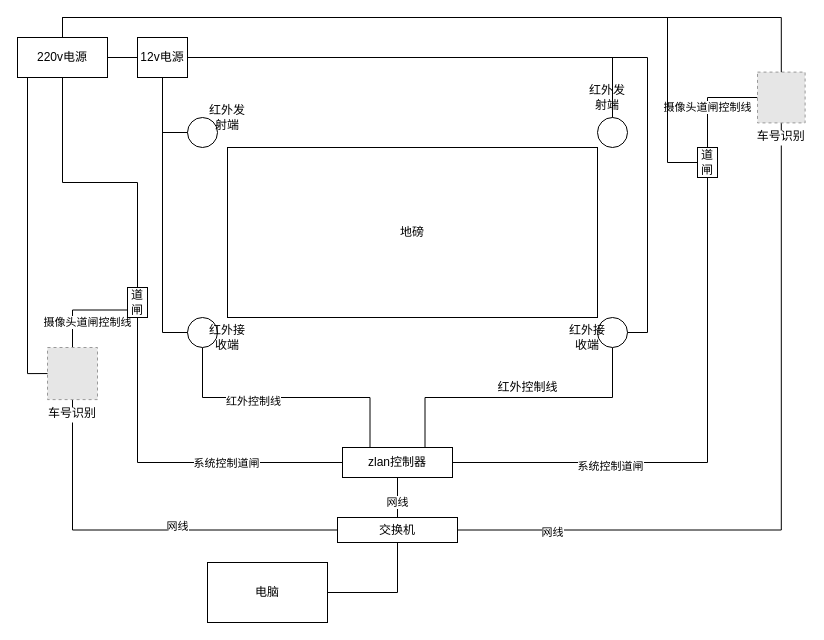
The draw.io diagram 硬件施工图.drawio in lipeng260/drawio, before the edit. Source tidied: cells renumbered, new cells numbered last; positions are measured from the earlier drawing's top-left corner, leaving out a move shared by most shapes. Both pictures are drawn from the tidied source at 100%, with x=0, y=0 at pixel (17, 17). Pictures stored in the file or linked from it are replaced by grey dashed boxes.
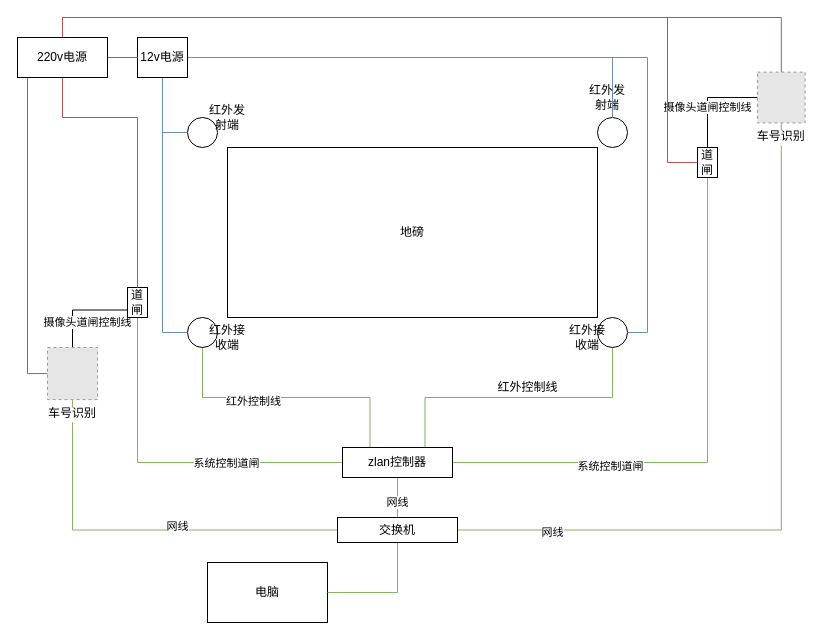
Above is the later version.

Commit message (it also covers changes not shown here):
Update 硬件施工图.drawio

Unchanged cells that the change refers to:
```xml
<mxCell id="5" style="ellipse;whiteSpace=wrap;html=1;" parent="1" vertex="1">
  <mxGeometry x="170" y="300" width="30" height="30" as="geometry" />
</mxCell>
<mxCell id="6" style="ellipse;whiteSpace=wrap;html=1;" parent="1" vertex="1">
  <mxGeometry x="170" y="100" width="30" height="30" as="geometry" />
</mxCell>
<mxCell id="8" style="ellipse;whiteSpace=wrap;html=1;" parent="1" vertex="1">
  <mxGeometry x="580" y="300" width="30" height="30" as="geometry" />
</mxCell>
<mxCell id="9" style="ellipse;whiteSpace=wrap;html=1;" parent="1" vertex="1">
  <mxGeometry x="580" y="100" width="30" height="30" as="geometry" />
</mxCell>
<mxCell id="17" value="车号识别" style="fillColor=#E6E6E6;strokeColor=#999999;dashed=1;verticalLabelPosition=bottom;labelBackgroundColor=#ffffff;verticalAlign=top;rotation=0;" parent="1" vertex="1">
  <mxGeometry x="740" y="54.6" width="47.6" height="50.8" as="geometry" />
</mxCell>
<mxCell id="22" value="车号识别" style="fillColor=#E6E6E6;strokeColor=#999999;dashed=1;verticalLabelPosition=bottom;labelBackgroundColor=#ffffff;verticalAlign=top;" parent="1" vertex="1">
  <mxGeometry x="30" y="330" width="50" height="52.1" as="geometry" />
</mxCell>
<mxCell id="25" value="道闸" style="rounded=0;whiteSpace=wrap;html=1;" parent="1" vertex="1">
  <mxGeometry x="110" y="270" width="20" height="30" as="geometry" />
</mxCell>
<mxCell id="28" value="道闸" style="rounded=0;whiteSpace=wrap;html=1;" parent="1" vertex="1">
  <mxGeometry x="680" y="130" width="20" height="30" as="geometry" />
</mxCell>
<mxCell id="29" value="电脑" style="rounded=0;whiteSpace=wrap;html=1;" parent="1" vertex="1">
  <mxGeometry x="190" y="545" width="120" height="60" as="geometry" />
</mxCell>
<mxCell id="33" value="交换机" style="rounded=0;whiteSpace=wrap;html=1;" parent="1" vertex="1">
  <mxGeometry x="320" y="500" width="120" height="25" as="geometry" />
</mxCell>
<mxCell id="34" value="zlan控制器" style="rounded=0;whiteSpace=wrap;html=1;" parent="1" vertex="1">
  <mxGeometry x="325" y="430" width="110" height="30" as="geometry" />
</mxCell>
<mxCell id="40" value="12v电源" style="rounded=0;whiteSpace=wrap;html=1;" parent="1" vertex="1">
  <mxGeometry x="120" y="20" width="50" height="40" as="geometry" />
</mxCell>
<mxCell id="46" value="220v电源" style="rounded=0;whiteSpace=wrap;html=1;" parent="1" vertex="1">
  <mxGeometry y="20" width="90" height="40" as="geometry" />
</mxCell>
```

Change to the diagram source:
```diff
@@
-    <mxCell id="3" style="edgeStyle=orthogonalEdgeStyle;rounded=0;jettySize=auto;html=1;exitX=0.5;exitY=1;exitDx=0;exitDy=0;entryX=0.25;entryY=0;entryDx=0;entryDy=0;endArrow=none;endFill=0;" parent="1" edge="1" source="5" target="34">
+    <mxCell id="3" style="edgeStyle=orthogonalEdgeStyle;rounded=0;jettySize=auto;html=1;exitX=0.5;exitY=1;exitDx=0;exitDy=0;entryX=0.25;entryY=0;entryDx=0;entryDy=0;endArrow=none;endFill=0;fillColor=#d5e8d4;strokeColor=#82b366;" parent="1" edge="1" source="5" target="34">
       <mxGeometry relative="1" as="geometry" />
     </mxCell>
@@
-    <mxCell id="7" style="edgeStyle=orthogonalEdgeStyle;rounded=0;jettySize=auto;html=1;exitX=0.5;exitY=1;exitDx=0;exitDy=0;entryX=0.75;entryY=0;entryDx=0;entryDy=0;endArrow=none;endFill=0;" parent="1" edge="1" source="8" target="34">
+    <mxCell id="7" style="edgeStyle=orthogonalEdgeStyle;rounded=0;jettySize=auto;html=1;exitX=0.5;exitY=1;exitDx=0;exitDy=0;entryX=0.75;entryY=0;entryDx=0;entryDy=0;endArrow=none;endFill=0;fillColor=#d5e8d4;strokeColor=#82b366;" parent="1" edge="1" source="8" target="34">
       <mxGeometry relative="1" as="geometry" />
     </mxCell>
@@
-    <mxCell id="14" style="edgeStyle=orthogonalEdgeStyle;rounded=0;jettySize=auto;html=1;exitX=0.5;exitY=1;exitDx=0;exitDy=0;entryX=1;entryY=0.5;entryDx=0;entryDy=0;endArrow=none;endFill=0;strokeColor=#000000;" parent="1" edge="1" source="17" target="33">
+    <mxCell id="14" style="edgeStyle=orthogonalEdgeStyle;rounded=0;jettySize=auto;html=1;exitX=0.5;exitY=1;exitDx=0;exitDy=0;entryX=1;entryY=0.5;entryDx=0;entryDy=0;endArrow=none;endFill=0;strokeColor=#82b366;fillColor=#d5e8d4;" parent="1" edge="1" source="17" target="33">
       <mxGeometry relative="1" as="geometry" />
     </mxCell>
@@
-    <mxCell id="18" style="edgeStyle=orthogonalEdgeStyle;rounded=0;jettySize=auto;html=1;exitX=0.5;exitY=1;exitDx=0;exitDy=0;entryX=0;entryY=0.5;entryDx=0;entryDy=0;endArrow=none;endFill=0;strokeColor=#000000;" parent="1" edge="1" source="22" target="33">
+    <mxCell id="18" style="edgeStyle=orthogonalEdgeStyle;rounded=0;jettySize=auto;html=1;exitX=0.5;exitY=1;exitDx=0;exitDy=0;entryX=0;entryY=0.5;entryDx=0;entryDy=0;endArrow=none;endFill=0;strokeColor=#82b366;fillColor=#d5e8d4;" parent="1" edge="1" source="22" target="33">
       <mxGeometry relative="1" as="geometry" />
     </mxCell>
@@
-    <mxCell id="23" style="edgeStyle=orthogonalEdgeStyle;rounded=0;jettySize=auto;html=1;exitX=0.5;exitY=1;exitDx=0;exitDy=0;entryX=0;entryY=0.5;entryDx=0;entryDy=0;endArrow=none;endFill=0;" parent="1" edge="1" source="25" target="34">
+    <mxCell id="23" style="edgeStyle=orthogonalEdgeStyle;rounded=0;jettySize=auto;html=1;exitX=0.5;exitY=1;exitDx=0;exitDy=0;entryX=0;entryY=0.5;entryDx=0;entryDy=0;endArrow=none;endFill=0;fillColor=#d5e8d4;strokeColor=#82b366;" parent="1" edge="1" source="25" target="34">
       <mxGeometry relative="1" as="geometry" />
     </mxCell>
@@
-    <mxCell id="26" style="edgeStyle=orthogonalEdgeStyle;rounded=0;jettySize=auto;html=1;exitX=0.5;exitY=1;exitDx=0;exitDy=0;entryX=1;entryY=0.5;entryDx=0;entryDy=0;endArrow=none;endFill=0;" parent="1" edge="1" source="28" target="34">
+    <mxCell id="26" style="edgeStyle=orthogonalEdgeStyle;rounded=0;jettySize=auto;html=1;exitX=0.5;exitY=1;exitDx=0;exitDy=0;entryX=1;entryY=0.5;entryDx=0;entryDy=0;endArrow=none;endFill=0;fillColor=#d5e8d4;strokeColor=#82b366;" parent="1" edge="1" source="28" target="34">
       <mxGeometry relative="1" as="geometry" />
     </mxCell>
@@
-    <mxCell id="30" style="rounded=0;jettySize=auto;html=1;entryX=0.5;entryY=1;entryDx=0;entryDy=0;edgeStyle=orthogonalEdgeStyle;endArrow=none;endFill=0;" parent="1" edge="1" source="33" target="34">
+    <mxCell id="30" style="rounded=0;jettySize=auto;html=1;entryX=0.5;entryY=1;entryDx=0;entryDy=0;edgeStyle=orthogonalEdgeStyle;endArrow=none;endFill=0;fillColor=#d5e8d4;strokeColor=#82b366;" parent="1" edge="1" source="33" target="34">
       <mxGeometry relative="1" as="geometry" />
     </mxCell>
@@
-    <mxCell id="32" style="edgeStyle=orthogonalEdgeStyle;rounded=0;jettySize=auto;html=1;exitX=0.5;exitY=1;exitDx=0;exitDy=0;entryX=1;entryY=0.5;entryDx=0;entryDy=0;endArrow=none;endFill=0;strokeColor=#000000;" parent="1" edge="1" source="33" target="29">
+    <mxCell id="32" style="edgeStyle=orthogonalEdgeStyle;rounded=0;jettySize=auto;html=1;exitX=0.5;exitY=1;exitDx=0;exitDy=0;entryX=1;entryY=0.5;entryDx=0;entryDy=0;endArrow=none;endFill=0;strokeColor=#82b366;fillColor=#d5e8d4;" parent="1" edge="1" source="33" target="29">
       <mxGeometry relative="1" as="geometry" />
     </mxCell>
@@
-    <mxCell id="36" style="edgeStyle=orthogonalEdgeStyle;rounded=0;jettySize=auto;html=1;exitX=0.5;exitY=1;exitDx=0;exitDy=0;entryX=0;entryY=0.5;entryDx=0;entryDy=0;endArrow=none;endFill=0;strokeColor=#000000;" parent="1" edge="1" source="40" target="6">
+    <mxCell id="36" style="edgeStyle=orthogonalEdgeStyle;rounded=0;jettySize=auto;html=1;exitX=0.5;exitY=1;exitDx=0;exitDy=0;entryX=0;entryY=0.5;entryDx=0;entryDy=0;endArrow=none;endFill=0;strokeColor=#6c8ebf;fillColor=#dae8fc;" parent="1" edge="1" source="40" target="6">
       <mxGeometry relative="1" as="geometry" />
     </mxCell>
-    <mxCell id="37" style="edgeStyle=orthogonalEdgeStyle;rounded=0;jettySize=auto;html=1;exitX=0.5;exitY=1;exitDx=0;exitDy=0;entryX=0;entryY=0.5;entryDx=0;entryDy=0;endArrow=none;endFill=0;strokeColor=#000000;" parent="1" edge="1" source="40" target="5">
+    <mxCell id="37" style="edgeStyle=orthogonalEdgeStyle;rounded=0;jettySize=auto;html=1;exitX=0.5;exitY=1;exitDx=0;exitDy=0;entryX=0;entryY=0.5;entryDx=0;entryDy=0;endArrow=none;endFill=0;strokeColor=#6c8ebf;fillColor=#dae8fc;" parent="1" edge="1" source="40" target="5">
       <mxGeometry relative="1" as="geometry" />
     </mxCell>
-    <mxCell id="38" style="edgeStyle=orthogonalEdgeStyle;rounded=0;jettySize=auto;html=1;exitX=1;exitY=0.5;exitDx=0;exitDy=0;entryX=0.5;entryY=0;entryDx=0;entryDy=0;endArrow=none;endFill=0;strokeColor=#000000;" parent="1" edge="1" source="40" target="9">
+    <mxCell id="38" style="edgeStyle=orthogonalEdgeStyle;rounded=0;jettySize=auto;html=1;exitX=1;exitY=0.5;exitDx=0;exitDy=0;entryX=0.5;entryY=0;entryDx=0;entryDy=0;endArrow=none;endFill=0;strokeColor=#6c8ebf;fillColor=#dae8fc;" parent="1" edge="1" source="40" target="9">
       <mxGeometry relative="1" as="geometry" />
     </mxCell>
-    <mxCell id="39" style="edgeStyle=orthogonalEdgeStyle;rounded=0;jettySize=auto;html=1;exitX=1;exitY=0.5;exitDx=0;exitDy=0;entryX=1;entryY=0.5;entryDx=0;entryDy=0;endArrow=none;endFill=0;strokeColor=#000000;" parent="1" edge="1" source="40" target="8">
+    <mxCell id="39" style="edgeStyle=orthogonalEdgeStyle;rounded=0;jettySize=auto;html=1;exitX=1;exitY=0.5;exitDx=0;exitDy=0;entryX=1;entryY=0.5;entryDx=0;entryDy=0;endArrow=none;endFill=0;strokeColor=#6c8ebf;fillColor=#dae8fc;" parent="1" edge="1" source="40" target="8">
       <mxGeometry relative="1" as="geometry">
         <Array as="points">
           <mxPoint x="630" y="40" />
           <mxPoint x="630" y="315" />
         </Array>
       </mxGeometry>
     </mxCell>
@@
-    <mxCell id="41" style="edgeStyle=orthogonalEdgeStyle;rounded=0;jettySize=auto;html=1;exitX=1;exitY=0.5;exitDx=0;exitDy=0;entryX=0;entryY=0.5;entryDx=0;entryDy=0;endArrow=none;endFill=0;strokeColor=#000000;" parent="1" edge="1" source="46" target="40">
+    <mxCell id="41" style="edgeStyle=orthogonalEdgeStyle;rounded=0;jettySize=auto;html=1;exitX=1;exitY=0.5;exitDx=0;exitDy=0;entryX=0;entryY=0.5;entryDx=0;entryDy=0;endArrow=none;endFill=0;strokeColor=#b85450;fillColor=#f8cecc;" parent="1" edge="1" source="46" target="40">
       <mxGeometry relative="1" as="geometry" />
     </mxCell>
-    <mxCell id="42" style="edgeStyle=orthogonalEdgeStyle;rounded=0;jettySize=auto;html=1;exitX=0.5;exitY=1;exitDx=0;exitDy=0;entryX=0.5;entryY=0;entryDx=0;entryDy=0;endArrow=none;endFill=0;strokeColor=#000000;" parent="1" edge="1" source="46" target="25">
-      <mxGeometry relative="1" as="geometry" />
+    <mxCell id="42" style="edgeStyle=orthogonalEdgeStyle;rounded=0;jettySize=auto;html=1;exitX=0.5;exitY=1;exitDx=0;exitDy=0;entryX=0.5;entryY=0;entryDx=0;entryDy=0;endArrow=none;endFill=0;strokeColor=#b85450;fillColor=#f8cecc;" parent="1" edge="1" source="46" target="25">
+      <mxGeometry relative="1" as="geometry">
+        <Array as="points">
+          <mxPoint x="45" y="100" />
+          <mxPoint x="120" y="100" />
+        </Array>
+      </mxGeometry>
     </mxCell>
-    <mxCell id="43" style="edgeStyle=orthogonalEdgeStyle;rounded=0;jettySize=auto;html=1;exitX=0.5;exitY=0;exitDx=0;exitDy=0;entryX=0;entryY=0.5;entryDx=0;entryDy=0;endArrow=none;endFill=0;strokeColor=#000000;" parent="1" edge="1" source="46" target="28">
+    <mxCell id="43" style="edgeStyle=orthogonalEdgeStyle;rounded=0;jettySize=auto;html=1;exitX=0.5;exitY=0;exitDx=0;exitDy=0;entryX=0;entryY=0.5;entryDx=0;entryDy=0;endArrow=none;endFill=0;strokeColor=#b85450;fillColor=#f8cecc;" parent="1" edge="1" source="46" target="28">
       <mxGeometry relative="1" as="geometry">
         <Array as="points">
           <mxPoint x="45" />
           <mxPoint x="650" />
           <mxPoint x="650" y="145" />
         </Array>
       </mxGeometry>
     </mxCell>
-    <mxCell id="44" style="edgeStyle=orthogonalEdgeStyle;rounded=0;jettySize=auto;html=1;exitX=0.25;exitY=1;exitDx=0;exitDy=0;entryX=0;entryY=0.5;entryDx=0;entryDy=0;endArrow=none;endFill=0;strokeColor=#000000;" parent="1" edge="1" source="46" target="22">
+    <mxCell id="44" style="edgeStyle=orthogonalEdgeStyle;rounded=0;jettySize=auto;html=1;exitX=0.25;exitY=1;exitDx=0;exitDy=0;entryX=0;entryY=0.5;entryDx=0;entryDy=0;endArrow=none;endFill=0;strokeColor=#b85450;fillColor=#f8cecc;" parent="1" edge="1" source="46" target="22">
       <mxGeometry relative="1" as="geometry">
         <Array as="points">
           <mxPoint x="10" y="60" />
           <mxPoint x="10" y="356" />
         </Array>
       </mxGeometry>
     </mxCell>
-    <mxCell id="45" style="edgeStyle=orthogonalEdgeStyle;rounded=0;jettySize=auto;html=1;exitX=0.25;exitY=0;exitDx=0;exitDy=0;entryX=0.5;entryY=0;entryDx=0;entryDy=0;endArrow=none;endFill=0;strokeColor=#000000;" parent="1" edge="1" source="46" target="17">
+    <mxCell id="45" style="edgeStyle=orthogonalEdgeStyle;rounded=0;jettySize=auto;html=1;exitX=0.25;exitY=0;exitDx=0;exitDy=0;entryX=0.5;entryY=0;entryDx=0;entryDy=0;endArrow=none;endFill=0;strokeColor=#b85450;fillColor=#f8cecc;" parent="1" edge="1" source="46" target="17">
       <mxGeometry relative="1" as="geometry">
         <Array as="points">
           <mxPoint x="45" y="20" />
           <mxPoint x="45" />
           <mxPoint x="764" />
         </Array>
       </mxGeometry>
     </mxCell>
```
